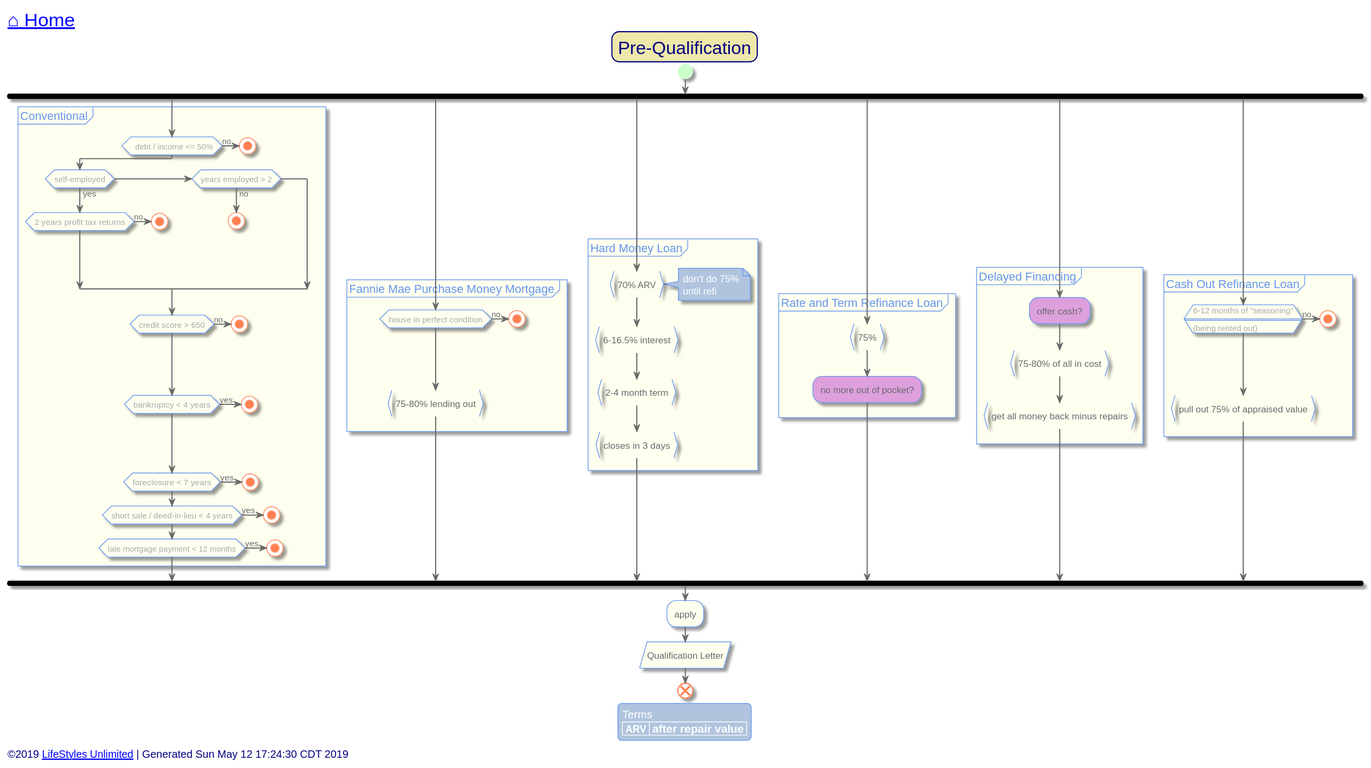
Above: out/src/single-family/pre-qualification.svg in toddmo/lifestylesunlimited (PlantUML), before the change.
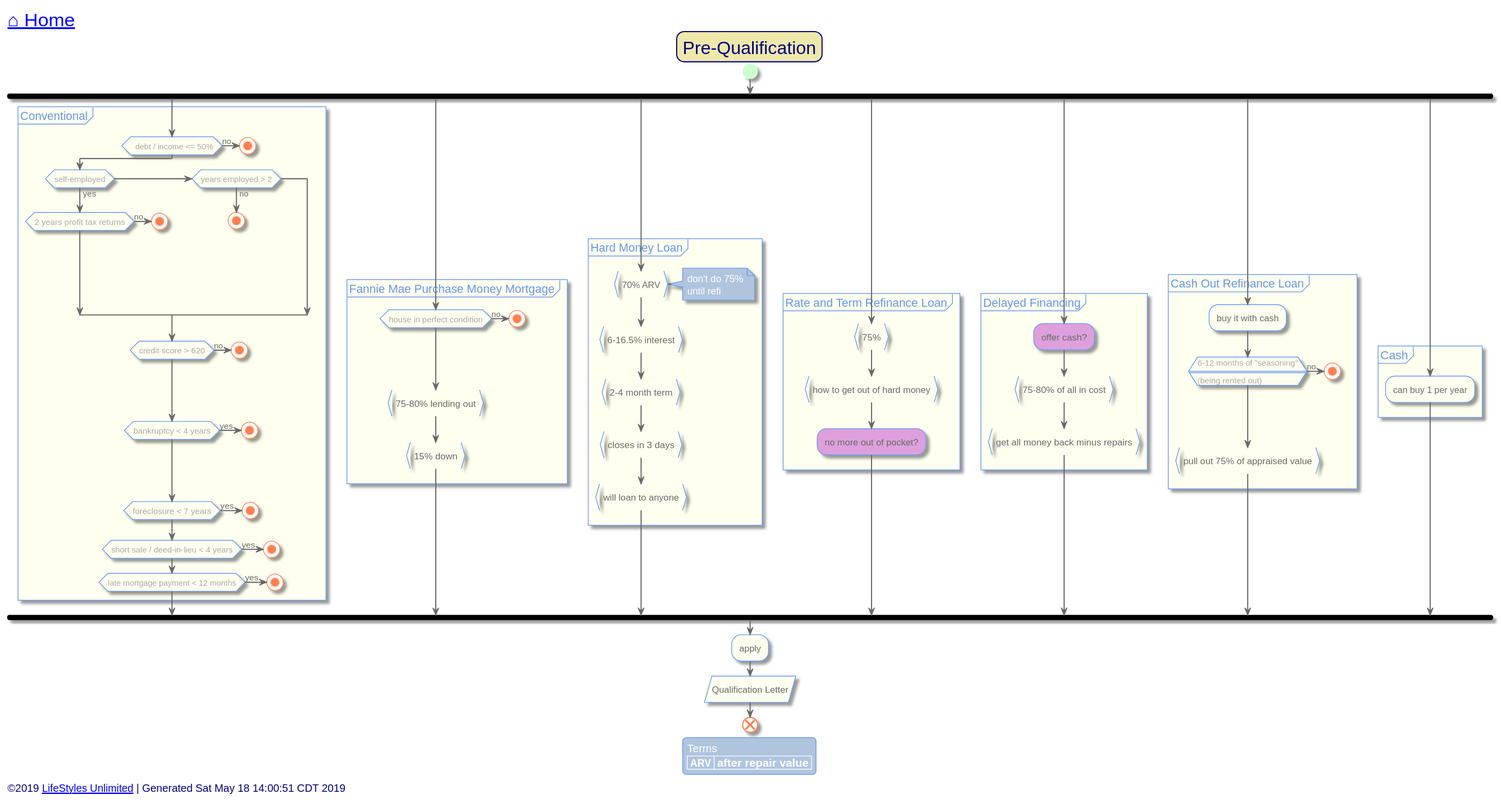
The same file after the commit.

What changed in the source:
```diff
@@ -99,7 +99,7 @@
         stop
       endif
 
-      if(credit score > 650) then(no)
+      if(credit score > 620) then(no)
         stop
       endif
       if(bankruptcy < 4 years) then(yes)
@@ -123,6 +123,7 @@
         stop
       endif
       :75-80% lending out}
+      :15% down}
     }
 
   fork again
@@ -132,11 +133,13 @@
       :6-16.5% interest}
       :2-4 month term}
       :closes in 3 days}
+      :will loan to anyone}
     }
 
   fork again
     partition "Rate and Term Refinance Loan" {
       :75%}
+      :how to get out of hard money}
       #Plum:no more out of pocket?;
     }
 
@@ -149,10 +152,15 @@
 
   fork again
     partition "Cash Out Refinance Loan" {
+      :buy it with cash;
       if(6-12 months of "seasoning"\n====\n(being rented out)) then (no)
         stop
       endif
       :pull out 75% of appraised value}
+    }
+  fork again
+    partition "Cash" {
+      :can buy 1 per year;
     }
   end fork
 
@@ -169,7 +177,7 @@
 
 
 left footer
-	<font size=14>©2019 [[http://www.lifestylesunlimited.com LifeStyles Unlimited]] | Generated Sun May 12 17:24:30 CDT 2019</font>
+	<font size=14>©2019 [[http://www.lifestylesunlimited.com LifeStyles Unlimited]] | Generated Sat May 18 14:00:51 CDT 2019</font>
 endfooter
 
 
```
